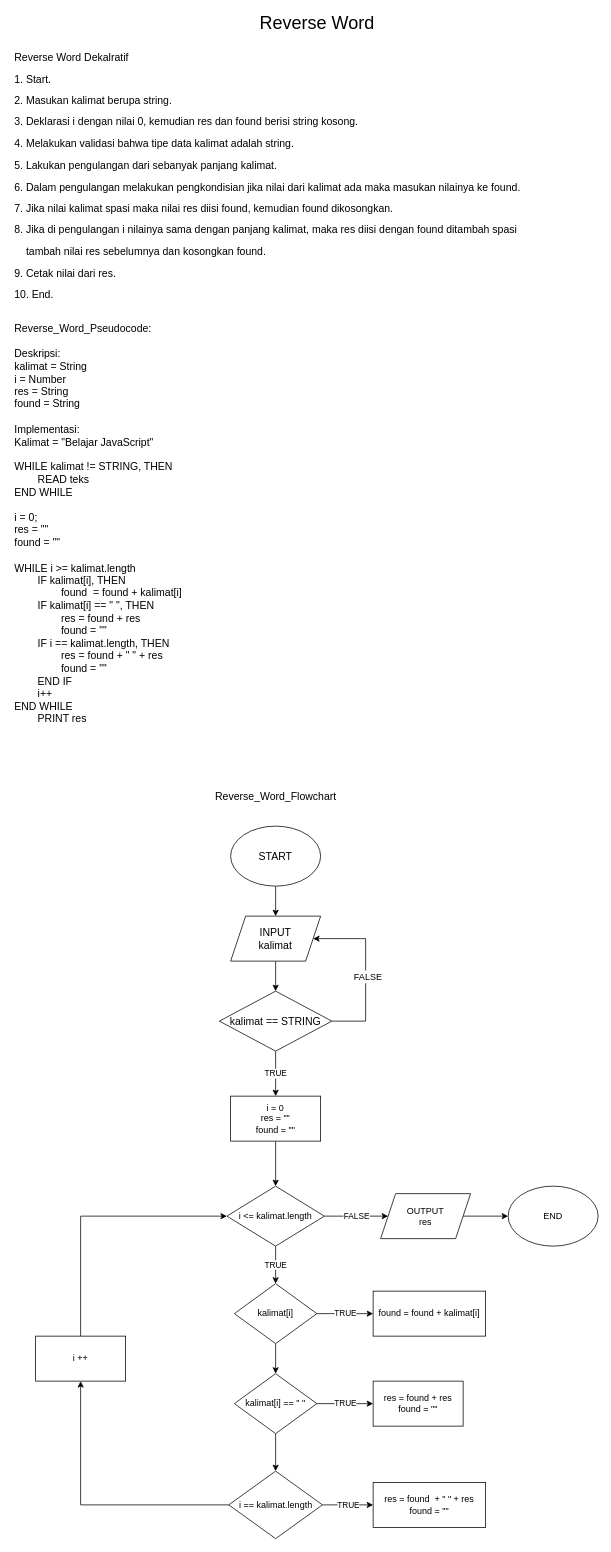
rintosaputro/fw5-algoritma keeps this draw.io diagram as reverseWord.drawio. Above is the earlier version. Source tidied: cells renumbered, new cells numbered last; positions are measured from the earlier drawing's top-left corner, leaving out a move shared by most shapes. Both pictures are drawn from the tidied source at 75%, with x=0, y=0 at pixel (13, 16).
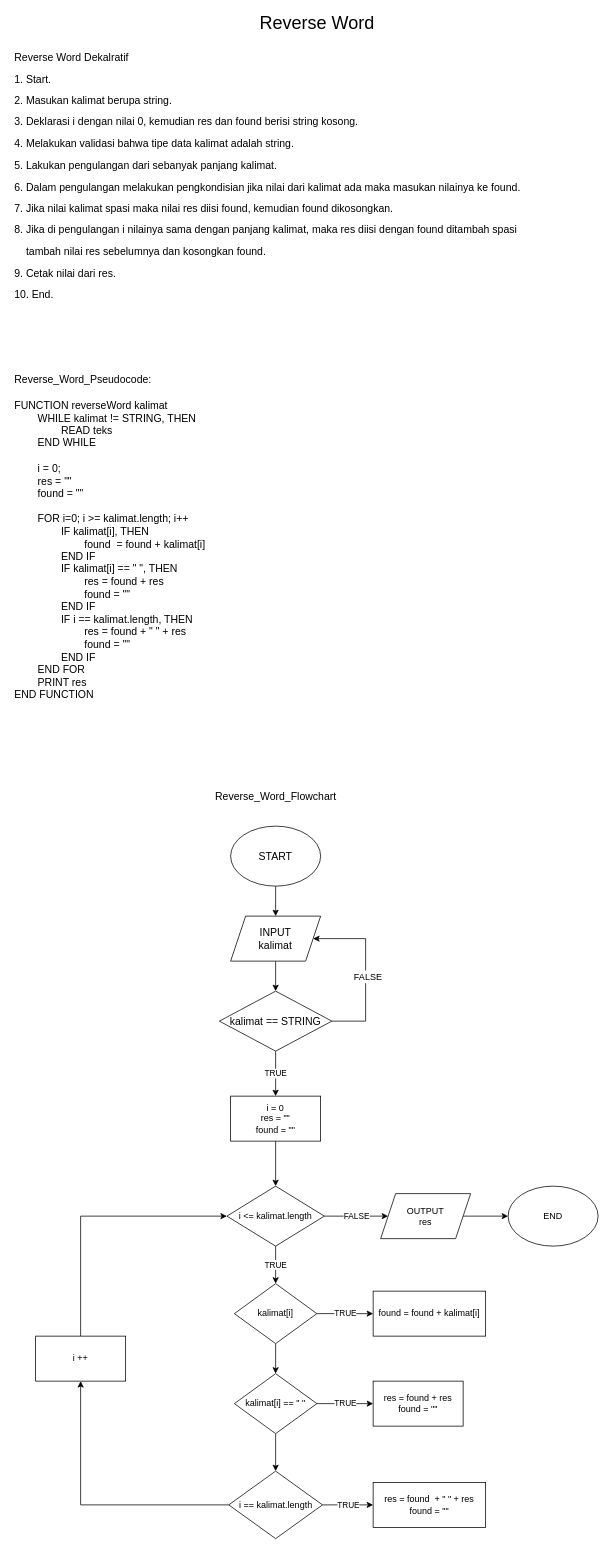
Above is the later version.

Commit message (it also covers changes not shown here):
perbaikan flowchart

Diff of the diagram source:
```diff
@@
-    <mxCell id="4" value="&lt;div&gt;&lt;span&gt;Reverse_Word_Pseudocode:&lt;/span&gt;&lt;/div&gt;&lt;div&gt;&lt;span&gt;&lt;br&gt;&lt;/span&gt;&lt;/div&gt;&lt;div&gt;Deskripsi:&amp;nbsp;&lt;/div&gt;&lt;div&gt;kalimat = String&lt;/div&gt;&lt;div&gt;i = Number&lt;/div&gt;&lt;div&gt;res = String&lt;/div&gt;&lt;div&gt;found = String&lt;/div&gt;&lt;div&gt;&lt;br&gt;&lt;/div&gt;&lt;div&gt;Implementasi:&lt;/div&gt;&lt;div&gt;Kalimat = &quot;Belajar JavaScript&quot;&lt;/div&gt;&lt;div&gt;&lt;br&gt;&lt;/div&gt;&lt;div&gt;WHILE kalimat != STRING, THEN&lt;/div&gt;&lt;div&gt;&lt;span&gt;&#9;&lt;/span&gt;&lt;span style=&quot;white-space: pre&quot;&gt;&#9;&lt;/span&gt;READ teks&lt;br&gt;&lt;/div&gt;&lt;div&gt;END WHILE&lt;/div&gt;&lt;div&gt;&lt;br&gt;&lt;/div&gt;&lt;div&gt;&lt;div&gt;i = 0;&lt;/div&gt;&lt;div&gt;res = &quot;&quot;&lt;/div&gt;&lt;div&gt;found = &quot;&quot;&lt;/div&gt;&lt;/div&gt;&lt;div&gt;&lt;br&gt;&lt;/div&gt;&lt;div&gt;&lt;div&gt;WHILE i &amp;gt;= kalimat.length&lt;/div&gt;&lt;div&gt;&lt;span&gt;&#9;&lt;/span&gt;&lt;span&gt;&#9;&lt;/span&gt;&lt;span style=&quot;white-space: pre&quot;&gt;&#9;&lt;/span&gt;IF kalimat[i], THEN&amp;nbsp;&lt;/div&gt;&lt;div&gt;&lt;span&gt;&#9;&lt;/span&gt;&lt;span&gt;&#9;&lt;/span&gt;&lt;span style=&quot;white-space: pre&quot;&gt;&#9;&lt;span style=&quot;white-space: pre&quot;&gt;&#9;&lt;/span&gt;&lt;/span&gt;found&amp;nbsp; = found + kalimat[i]&lt;/div&gt;&lt;div&gt;&lt;span&gt;&#9;&lt;/span&gt;&lt;span style=&quot;white-space: pre&quot;&gt;&#9;&lt;/span&gt;IF kalimat[i] == &quot; &quot;, THEN&amp;nbsp;&lt;/div&gt;&lt;div&gt;&lt;span&gt;&#9;&lt;/span&gt;&lt;span&gt;&#9;&lt;/span&gt;&lt;span style=&quot;white-space: pre&quot;&gt;&#9;&lt;span style=&quot;white-space: pre&quot;&gt;&#9;&lt;/span&gt;&lt;/span&gt;res = found + res&lt;/div&gt;&lt;div&gt;&lt;span&gt;&#9;&lt;/span&gt;&lt;span&gt;&#9;&lt;/span&gt;&lt;span style=&quot;white-space: pre&quot;&gt;&#9;&lt;/span&gt;&lt;span style=&quot;white-space: pre&quot;&gt;&#9;&lt;/span&gt;found = &quot;&quot;&lt;/div&gt;&lt;div&gt;&lt;span&gt;&#9;&lt;/span&gt;&lt;span style=&quot;white-space: pre&quot;&gt;&#9;&lt;/span&gt;IF i == kalimat.length, THEN&lt;/div&gt;&lt;div&gt;&lt;span&gt;&#9;&lt;span&gt;&#9;&lt;/span&gt;&lt;/span&gt;&lt;span style=&quot;white-space: pre&quot;&gt;&#9;&lt;span style=&quot;white-space: pre&quot;&gt;&#9;&lt;/span&gt;&lt;/span&gt;res = found + &quot; &quot; + res&lt;/div&gt;&lt;div&gt;&lt;span&gt;&#9;&lt;span&gt;&#9;&lt;/span&gt;&lt;/span&gt;&lt;span style=&quot;white-space: pre&quot;&gt;&#9;&lt;span style=&quot;white-space: pre&quot;&gt;&#9;&lt;/span&gt;&lt;/span&gt;found = &quot;&quot;&lt;/div&gt;&lt;div&gt;&lt;span&gt;&#9;&lt;/span&gt;&lt;span style=&quot;white-space: pre&quot;&gt;&#9;&lt;/span&gt;END IF&lt;/div&gt;&lt;div&gt;&lt;span&gt;&#9;&lt;/span&gt;&lt;span style=&quot;white-space: pre&quot;&gt;&#9;&lt;/span&gt;i++&lt;/div&gt;&lt;div&gt;END WHILE&lt;/div&gt;&lt;div&gt;&lt;span style=&quot;white-space: pre&quot;&gt;&#9;&lt;/span&gt;PRINT res&lt;/div&gt;&lt;/div&gt;&lt;div&gt;&lt;br&gt;&lt;/div&gt;" style="text;html=1;align=left;verticalAlign=middle;strokeColor=none;fillColor=none;fontSize=14;" parent="1" vertex="1">
-      <mxGeometry y="400" width="240" height="570" as="geometry" />
+    <mxCell id="4" value="&lt;div&gt;&lt;span&gt;Reverse_Word_Pseudocode:&lt;/span&gt;&lt;/div&gt;&lt;div&gt;&lt;br&gt;&lt;/div&gt;&lt;div&gt;FUNCTION reverseWord kalimat&lt;/div&gt;&lt;div&gt;&lt;span style=&quot;white-space: pre&quot;&gt;&#9;&lt;/span&gt;WHILE kalimat != STRING, THEN&lt;/div&gt;&lt;div&gt;&lt;span&gt;&#9;&lt;/span&gt;&lt;span style=&quot;white-space: pre&quot;&gt;&#9;&lt;span style=&quot;white-space: pre&quot;&gt;&#9;&lt;/span&gt;&lt;/span&gt;READ teks&lt;br&gt;&lt;/div&gt;&lt;div&gt;&lt;span style=&quot;white-space: pre&quot;&gt;&#9;&lt;/span&gt;END WHILE&lt;/div&gt;&lt;div&gt;&lt;br&gt;&lt;/div&gt;&lt;div&gt;&lt;div&gt;&lt;span style=&quot;white-space: pre&quot;&gt;&#9;&lt;/span&gt;i = 0;&lt;/div&gt;&lt;div&gt;&lt;span style=&quot;white-space: pre&quot;&gt;&#9;&lt;/span&gt;res = &quot;&quot;&lt;/div&gt;&lt;div&gt;&lt;span style=&quot;white-space: pre&quot;&gt;&#9;&lt;/span&gt;found = &quot;&quot;&lt;/div&gt;&lt;/div&gt;&lt;div&gt;&lt;br&gt;&lt;/div&gt;&lt;div&gt;&lt;div&gt;&lt;span style=&quot;white-space: pre&quot;&gt;&#9;&lt;/span&gt;FOR i=0; i &amp;gt;= kalimat.length; i++&lt;/div&gt;&lt;div&gt;&lt;span&gt;&#9;&lt;/span&gt;&lt;span&gt;&#9;&lt;/span&gt;&lt;span style=&quot;white-space: pre&quot;&gt;&#9;&lt;span style=&quot;white-space: pre&quot;&gt;&#9;&lt;/span&gt;&lt;/span&gt;IF kalimat[i], THEN&amp;nbsp;&lt;/div&gt;&lt;div&gt;&lt;span&gt;&#9;&lt;/span&gt;&lt;span&gt;&#9;&lt;/span&gt;&lt;span style=&quot;white-space: pre&quot;&gt;&#9;&lt;span style=&quot;white-space: pre&quot;&gt;&#9;&lt;span style=&quot;white-space: pre&quot;&gt;&#9;&lt;/span&gt;&lt;/span&gt;&lt;/span&gt;found&amp;nbsp; = found + kalimat[i]&lt;/div&gt;&lt;div&gt;&lt;span style=&quot;white-space: pre&quot;&gt;&#9;&lt;/span&gt;&lt;span style=&quot;white-space: pre&quot;&gt;&#9;&lt;/span&gt;END IF&lt;br&gt;&lt;/div&gt;&lt;div&gt;&lt;span&gt;&#9;&lt;/span&gt;&lt;span style=&quot;white-space: pre&quot;&gt;&lt;span style=&quot;white-space: pre&quot;&gt;&#9;&lt;/span&gt;&#9;&lt;/span&gt;IF kalimat[i] == &quot; &quot;, THEN&amp;nbsp;&lt;/div&gt;&lt;div&gt;&lt;span&gt;&#9;&lt;/span&gt;&lt;span&gt;&#9;&lt;/span&gt;&lt;span style=&quot;white-space: pre&quot;&gt;&#9;&lt;span style=&quot;white-space: pre&quot;&gt;&#9;&lt;/span&gt;&lt;span style=&quot;white-space: pre&quot;&gt;&#9;&lt;/span&gt;&lt;/span&gt;res = found + res&lt;/div&gt;&lt;div&gt;&lt;span&gt;&#9;&lt;/span&gt;&lt;span&gt;&#9;&lt;/span&gt;&lt;span style=&quot;white-space: pre&quot;&gt;&#9;&lt;/span&gt;&lt;span style=&quot;white-space: pre&quot;&gt;&#9;&lt;span style=&quot;white-space: pre&quot;&gt;&#9;&lt;/span&gt;&lt;/span&gt;found = &quot;&quot;&lt;/div&gt;&lt;div&gt;&lt;span style=&quot;white-space: pre&quot;&gt;&#9;&lt;/span&gt;&lt;span style=&quot;white-space: pre&quot;&gt;&#9;&lt;/span&gt;END IF&lt;br&gt;&lt;/div&gt;&lt;div&gt;&lt;span&gt;&#9;&lt;/span&gt;&lt;span style=&quot;white-space: pre&quot;&gt;&lt;span style=&quot;white-space: pre&quot;&gt;&#9;&lt;/span&gt;&#9;&lt;/span&gt;IF i == kalimat.length, THEN&lt;/div&gt;&lt;div&gt;&lt;span&gt;&#9;&lt;span&gt;&#9;&lt;/span&gt;&lt;/span&gt;&lt;span style=&quot;white-space: pre&quot;&gt;&#9;&lt;span style=&quot;white-space: pre&quot;&gt;&#9;&lt;/span&gt;&lt;span style=&quot;white-space: pre&quot;&gt;&#9;&lt;/span&gt;&lt;/span&gt;res = found + &quot; &quot; + res&lt;/div&gt;&lt;div&gt;&lt;span&gt;&#9;&lt;span&gt;&#9;&lt;/span&gt;&lt;/span&gt;&lt;span style=&quot;white-space: pre&quot;&gt;&#9;&lt;span style=&quot;white-space: pre&quot;&gt;&#9;&lt;span style=&quot;white-space: pre&quot;&gt;&#9;&lt;/span&gt;&lt;/span&gt;&lt;/span&gt;found = &quot;&quot;&lt;/div&gt;&lt;div&gt;&lt;span&gt;&#9;&lt;/span&gt;&lt;span style=&quot;white-space: pre&quot;&gt;&lt;span style=&quot;white-space: pre&quot;&gt;&#9;&lt;/span&gt;&#9;&lt;/span&gt;END IF&lt;/div&gt;&lt;div&gt;&lt;span style=&quot;white-space: pre&quot;&gt;&#9;&lt;/span&gt;END FOR&lt;br&gt;&lt;/div&gt;&lt;div&gt;&lt;span style=&quot;white-space: pre&quot;&gt;&#9;&lt;/span&gt;PRINT res&lt;/div&gt;&lt;/div&gt;&lt;div&gt;END FUNCTION&lt;/div&gt;" style="text;html=1;align=left;verticalAlign=middle;strokeColor=none;fillColor=none;fontSize=14;" parent="1" vertex="1">
+      <mxGeometry y="470" width="270" height="450" as="geometry" />
     </mxCell>
```
